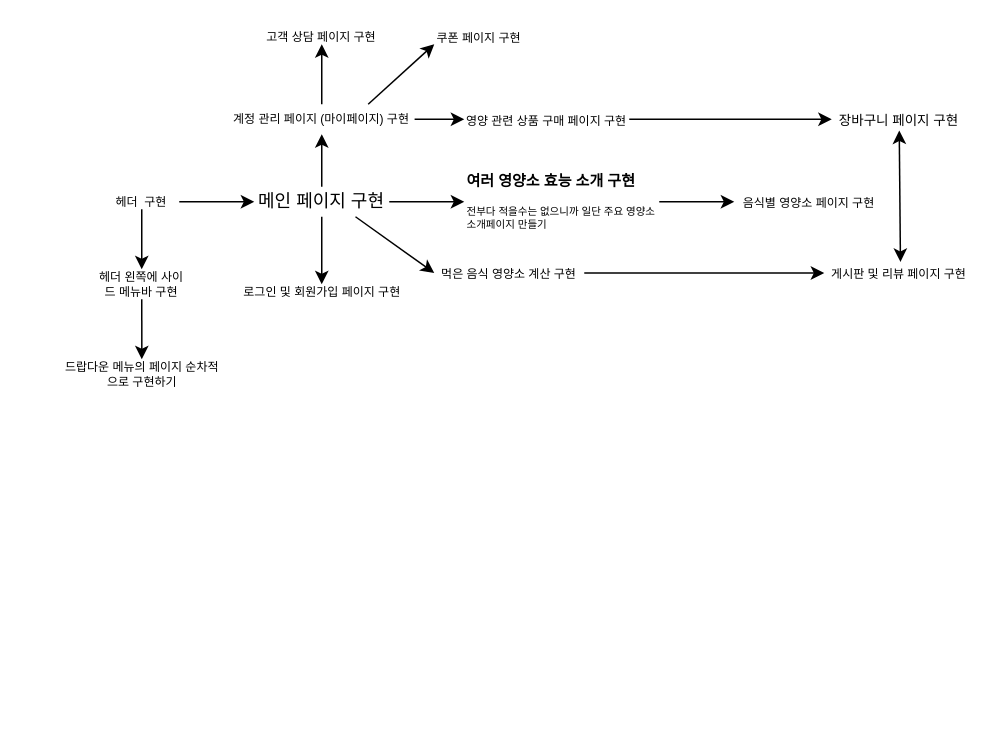
Earlier version of the draw.io diagram First Project/First_p.drawio (Gid500/Testing-code). Source tidied: cells renumbered, new cells numbered last; positions are measured from the earlier drawing's top-left corner, leaving out a move shared by most shapes. Both pictures are drawn from the tidied source at 150%, with x=0, y=0 at pixel (62, 28).
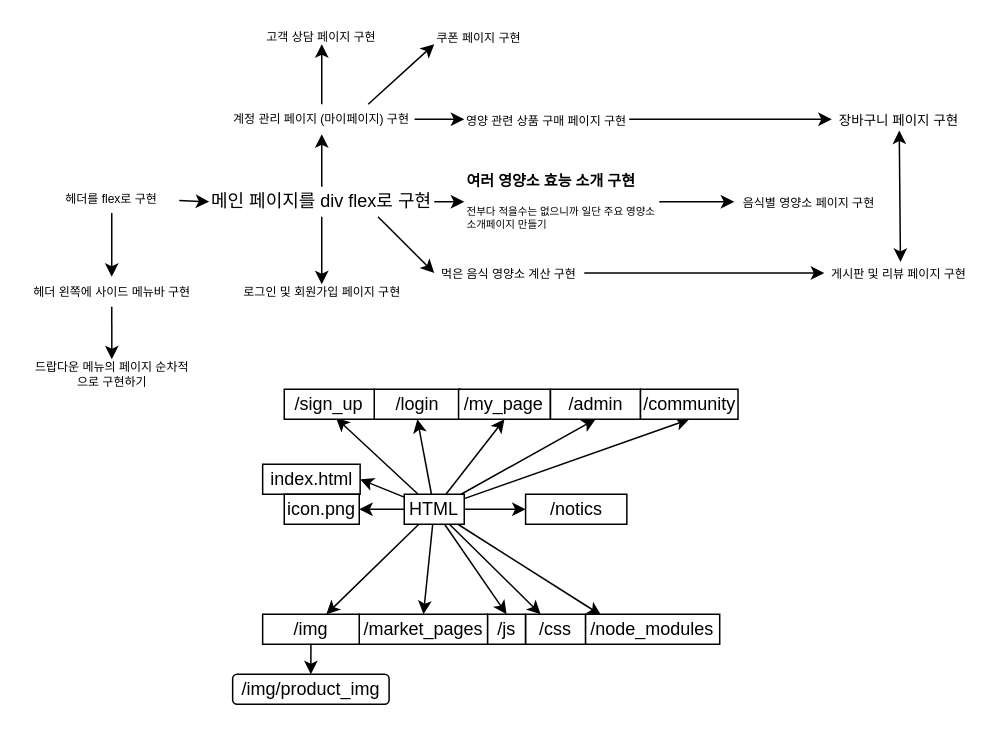
The same page after the edit.

What changed in the source:
```diff
@@
-    <mxCell id="4" value="헤더&amp;nbsp; 구현" style="text;html=1;align=center;verticalAlign=middle;whiteSpace=wrap;rounded=0;fontSize=8;" parent="1" vertex="1">
-      <mxGeometry x="28" y="110" width="50" height="10" as="geometry" />
+    <mxCell id="4" value="헤더를 flex로 구현" style="text;html=1;align=center;verticalAlign=middle;whiteSpace=wrap;rounded=0;fontSize=8;" parent="1" vertex="1">
+      <mxGeometry x="-12" y="102.5" width="90" height="20" as="geometry" />
     </mxCell>
@@
-    <mxCell id="9" value="메인 페이지 구현" style="text;html=1;align=center;verticalAlign=middle;whiteSpace=wrap;rounded=0;" parent="1" vertex="1">
-      <mxGeometry x="128" y="105" width="90" height="20" as="geometry" />
+    <mxCell id="9" value="메인 페이지를 div flex로 구현" style="text;html=1;align=center;verticalAlign=middle;whiteSpace=wrap;rounded=0;" parent="1" vertex="1">
+      <mxGeometry x="98" y="105" width="150" height="20" as="geometry" />
     </mxCell>
@@
     <mxCell id="23" value="헤더 왼쪽에 사이드 메뉴바 구현" style="text;html=1;align=center;verticalAlign=middle;whiteSpace=wrap;rounded=0;fontSize=8;" parent="1" vertex="1">
-      <mxGeometry x="23" y="160" width="60" height="20" as="geometry" />
+      <mxGeometry x="-24.5" y="165" width="115" height="20" as="geometry" />
     </mxCell>
@@
     <mxCell id="29" value="드랍다운 메뉴의 페이지 순차적으로 구현하기" style="text;html=1;align=center;verticalAlign=middle;whiteSpace=wrap;rounded=0;fontSize=8;" parent="1" vertex="1">
-      <mxGeometry x="-0.4" y="220" width="106.9" height="20" as="geometry" />
+      <mxGeometry x="-20.4" y="220" width="106.9" height="20" as="geometry" />
     </mxCell>
+    <mxCell id="30" style="edgeStyle=none;html=1;entryX=1;entryY=0.5;entryDx=0;entryDy=0;" parent="1" edge="1" source="43" target="44">
+      <mxGeometry relative="1" as="geometry" />
+    </mxCell>
+    <mxCell id="31" style="edgeStyle=none;html=1;entryX=0.5;entryY=1;entryDx=0;entryDy=0;" parent="1" edge="1" source="43" target="45">
+      <mxGeometry relative="1" as="geometry" />
+    </mxCell>
+    <mxCell id="32" style="edgeStyle=none;html=1;entryX=0.576;entryY=0.957;entryDx=0;entryDy=0;entryPerimeter=0;" parent="1" edge="1" source="43" target="46">
+      <mxGeometry relative="1" as="geometry" />
+    </mxCell>
+    <mxCell id="33" style="edgeStyle=none;html=1;entryX=0.5;entryY=0;entryDx=0;entryDy=0;" parent="1" edge="1" source="43" target="47">
+      <mxGeometry relative="1" as="geometry" />
+    </mxCell>
+    <mxCell id="34" style="edgeStyle=none;html=1;entryX=0.5;entryY=1;entryDx=0;entryDy=0;" parent="1" edge="1" source="43" target="48">
+      <mxGeometry relative="1" as="geometry" />
+    </mxCell>
+    <mxCell id="35" style="edgeStyle=none;html=1;entryX=0.5;entryY=1;entryDx=0;entryDy=0;" parent="1" edge="1" source="43" target="49">
+      <mxGeometry relative="1" as="geometry" />
+    </mxCell>
+    <mxCell id="36" style="edgeStyle=none;html=1;entryX=1;entryY=0.5;entryDx=0;entryDy=0;" parent="1" edge="1" source="43" target="50">
+      <mxGeometry relative="1" as="geometry" />
+    </mxCell>
+    <mxCell id="37" style="edgeStyle=none;html=1;entryX=0.25;entryY=0;entryDx=0;entryDy=0;" parent="1" edge="1" source="43" target="51">
+      <mxGeometry relative="1" as="geometry" />
+    </mxCell>
+    <mxCell id="38" style="edgeStyle=none;html=1;" parent="1" edge="1" source="43" target="53">
+      <mxGeometry relative="1" as="geometry" />
+    </mxCell>
+    <mxCell id="39" style="edgeStyle=none;html=1;entryX=0.5;entryY=0;entryDx=0;entryDy=0;" parent="1" edge="1" source="43" target="55">
+      <mxGeometry relative="1" as="geometry" />
+    </mxCell>
+    <mxCell id="40" style="edgeStyle=none;html=1;entryX=0.5;entryY=1;entryDx=0;entryDy=0;" parent="1" edge="1" source="43" target="56">
+      <mxGeometry relative="1" as="geometry" />
+    </mxCell>
+    <mxCell id="41" style="edgeStyle=none;html=1;entryX=0.115;entryY=0.029;entryDx=0;entryDy=0;entryPerimeter=0;" parent="1" edge="1" source="43" target="57">
+      <mxGeometry relative="1" as="geometry" />
+    </mxCell>
+    <mxCell id="42" style="edgeStyle=none;html=1;" parent="1" edge="1" source="43" target="58">
+      <mxGeometry relative="1" as="geometry" />
+    </mxCell>
+    <mxCell id="43" value="HTML" style="rounded=0;whiteSpace=wrap;html=1;" parent="1" vertex="1">
+      <mxGeometry x="228" y="310" width="40" height="20" as="geometry" />
+    </mxCell>
+    <mxCell id="44" value="index.html" style="rounded=0;whiteSpace=wrap;html=1;" parent="1" vertex="1">
+      <mxGeometry x="133.6" y="290" width="65" height="20" as="geometry" />
+    </mxCell>
+    <mxCell id="45" value="/login" style="rounded=0;whiteSpace=wrap;html=1;" parent="1" vertex="1">
+      <mxGeometry x="208" y="240" width="57.5" height="20" as="geometry" />
+    </mxCell>
+    <mxCell id="46" value="/sign_up" style="rounded=0;whiteSpace=wrap;html=1;" parent="1" vertex="1">
+      <mxGeometry x="148" y="240" width="60" height="20" as="geometry" />
+    </mxCell>
+    <mxCell id="47" value="/market_pages" style="rounded=0;whiteSpace=wrap;html=1;" parent="1" vertex="1">
+      <mxGeometry x="198" y="390" width="85.6" height="20" as="geometry" />
+    </mxCell>
+    <mxCell id="48" value="/my_page" style="rounded=0;whiteSpace=wrap;html=1;" parent="1" vertex="1">
+      <mxGeometry x="264.2" y="240" width="61.2" height="20" as="geometry" />
+    </mxCell>
+    <mxCell id="49" value="/admin" style="rounded=0;whiteSpace=wrap;html=1;" parent="1" vertex="1">
+      <mxGeometry x="325.5" y="240" width="60" height="20" as="geometry" />
+    </mxCell>
+    <mxCell id="50" value="icon.png" style="rounded=0;whiteSpace=wrap;html=1;" parent="1" vertex="1">
+      <mxGeometry x="148" y="310" width="50" height="20" as="geometry" />
+    </mxCell>
+    <mxCell id="51" value="/css" style="rounded=0;whiteSpace=wrap;html=1;" parent="1" vertex="1">
+      <mxGeometry x="308.9" y="390" width="40" height="20" as="geometry" />
+    </mxCell>
+    <mxCell id="52" style="edgeStyle=none;html=1;entryX=0.5;entryY=0;entryDx=0;entryDy=0;" parent="1" edge="1" source="53" target="54">
+      <mxGeometry relative="1" as="geometry" />
+    </mxCell>
+    <mxCell id="53" value="/img" style="rounded=0;whiteSpace=wrap;html=1;" parent="1" vertex="1">
+      <mxGeometry x="133.6" y="390" width="64.4" height="20" as="geometry" />
+    </mxCell>
+    <mxCell id="54" value="&lt;span style=&quot;color: rgb(0, 0, 0);&quot;&gt;/img&lt;/span&gt;/product_img" style="rounded=1;whiteSpace=wrap;html=1;" parent="1" vertex="1">
+      <mxGeometry x="113.6" y="430" width="104.3" height="20" as="geometry" />
+    </mxCell>
+    <mxCell id="55" value="/js" style="rounded=0;whiteSpace=wrap;html=1;" parent="1" vertex="1">
+      <mxGeometry x="283.6" y="390" width="25.2" height="20" as="geometry" />
+    </mxCell>
+    <mxCell id="56" value="/community" style="rounded=0;whiteSpace=wrap;html=1;" parent="1" vertex="1">
+      <mxGeometry x="385.5" y="240" width="65" height="20" as="geometry" />
+    </mxCell>
+    <mxCell id="57" value="/node_modules" style="rounded=0;whiteSpace=wrap;html=1;" parent="1" vertex="1">
+      <mxGeometry x="348.9" y="390" width="89.4" height="20" as="geometry" />
+    </mxCell>
+    <mxCell id="58" value="/notics" style="rounded=0;whiteSpace=wrap;html=1;" parent="1" vertex="1">
+      <mxGeometry x="308.9" y="310" width="67.5" height="20" as="geometry" />
+    </mxCell>
```
